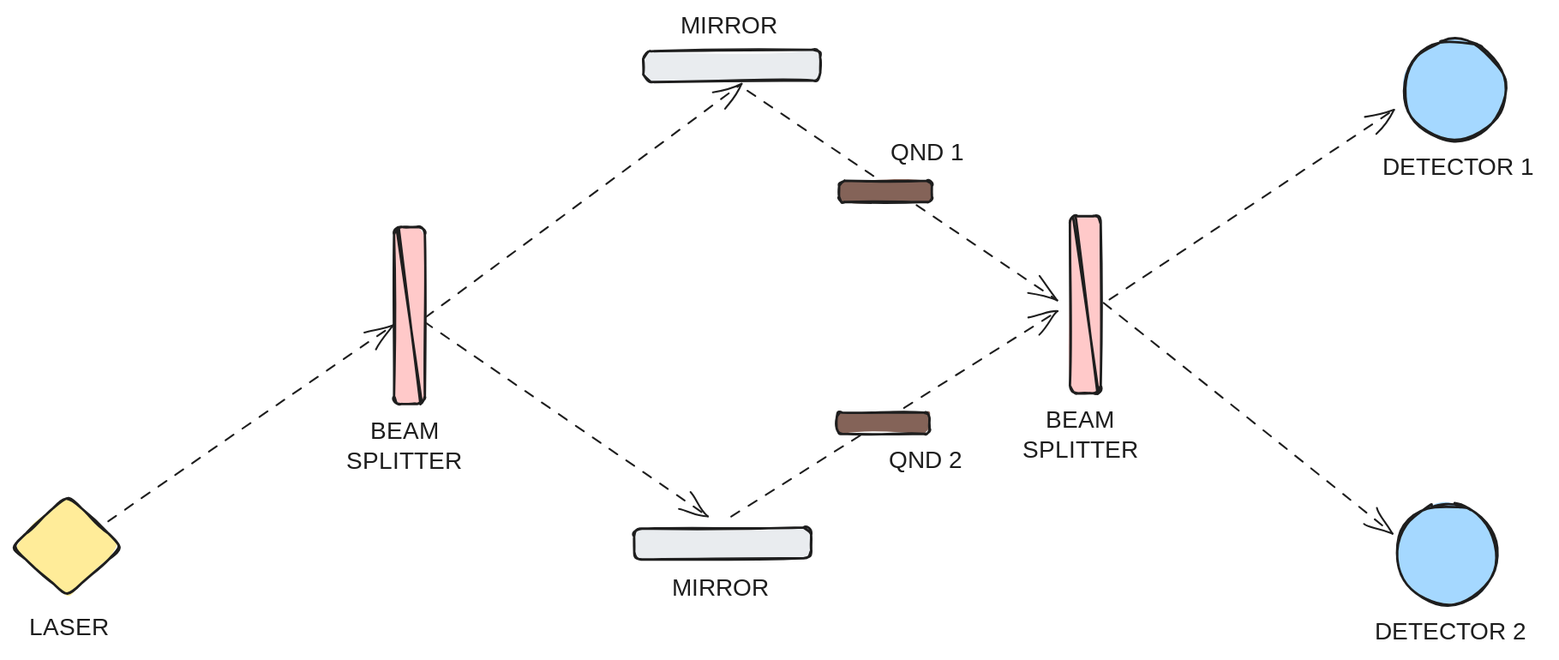
This is ndclondon-2026/graphics/interferometer2.excalidraw.svg from filipw/filipw.github.io, a Excalidraw export, as it was before one commit. Source tidied: one line per element, renumbered; positions are measured from the earlier drawing's top-left corner, leaving out a move shared by most shapes.
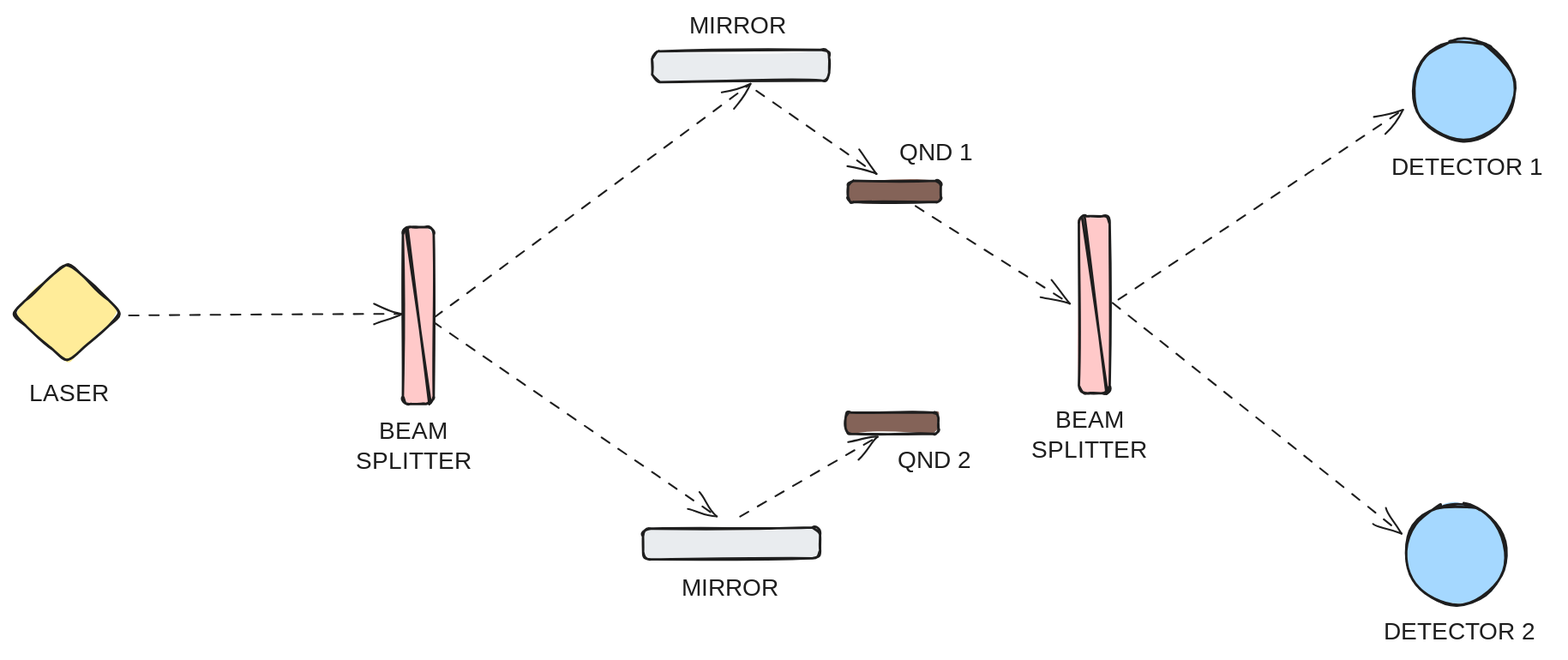
After the commit.

The edit, as a diff of the source:
```diff
@@ -1,10 +1,10 @@
-{"id": 0, "type": "arrow", "strokeColor": "#1e1e1e", "strokeWidth": 1, "strokeStyle": "dashed", "roughness": 1, "endArrowhead": "arrow", "round": true, "from": 5, "to": 7, "x": 80, "y": 454, "width": 237, "height": 164, "points": [[0, 0], [237, -164]]}
+{"id": 0, "type": "arrow", "strokeColor": "#1e1e1e", "strokeWidth": 1, "strokeStyle": "dashed", "roughness": 1, "endArrowhead": "arrow", "round": true, "from": 5, "to": 7, "x": 90, "y": 283, "width": 227, "height": 1, "points": [[0, 0], [227, -1]]}
 {"id": 1, "type": "arrow", "strokeColor": "#1e1e1e", "strokeWidth": 1, "strokeStyle": "dashed", "roughness": 1, "endArrowhead": "arrow", "round": true, "from": 7, "to": 12, "x": 344, "y": 284, "width": 263, "height": 196, "points": [[0, 0], [263, -196]]}
 {"id": 2, "type": "arrow", "strokeColor": "#1e1e1e", "strokeWidth": 1, "strokeStyle": "dashed", "roughness": 1, "endArrowhead": "arrow", "round": true, "from": 7, "to": 13, "x": 344, "y": 286, "width": 236, "height": 164, "points": [[0, 0], [236, 164]]}
 {"id": 3, "type": "ellipse", "strokeColor": "#1e1e1e", "backgroundColor": "#a5d8ff", "fillStyle": "solid", "strokeWidth": 2, "roughness": 1, "round": true, "x": 1160, "y": 52, "width": 84, "height": 84}
 {"id": 4, "type": "text", "text": "DETECTOR 1", "strokeColor": "#1e1e1e", "backgroundColor": "#a5d8ff", "fillStyle": "solid", "strokeWidth": 2, "roughness": 1, "fontSize": 20, "fontFamily": 5, "x": 1142, "y": 147, "width": 137, "height": 25}
-{"id": 5, "type": "diamond", "strokeColor": "#1e1e1e", "backgroundColor": "#ffec99", "fillStyle": "solid", "strokeWidth": 2, "roughness": 1, "round": true, "x": 0, "y": 431, "width": 92, "height": 85}
+{"id": 5, "type": "diamond", "strokeColor": "#1e1e1e", "backgroundColor": "#ffec99", "fillStyle": "solid", "strokeWidth": 2, "roughness": 1, "round": true, "x": -7, "y": 237, "width": 92, "height": 85}
-{"id": 6, "type": "text", "text": "LASER", "strokeColor": "#1e1e1e", "backgroundColor": "#ffec99", "fillStyle": "solid", "strokeWidth": 2, "roughness": 1, "fontSize": 20, "fontFamily": 5, "x": 14, "y": 530, "width": 66, "height": 25}
+{"id": 6, "type": "text", "text": "LASER", "strokeColor": "#1e1e1e", "backgroundColor": "#ffec99", "fillStyle": "solid", "strokeWidth": 2, "roughness": 1, "fontSize": 20, "fontFamily": 5, "x": 7, "y": 336, "width": 66, "height": 25}
 {"id": 7, "type": "rectangle", "strokeColor": "#1e1e1e", "backgroundColor": "#ffc9c9", "fillStyle": "solid", "strokeWidth": 2, "roughness": 1, "round": true, "x": 318, "y": 208, "width": 26, "height": 147}
 {"id": 8, "type": "line", "strokeColor": "#1e1e1e", "backgroundColor": "#ffc9c9", "fillStyle": "solid", "strokeWidth": 2, "roughness": 1, "round": true, "x": 321, "y": 209, "width": 20, "height": 147, "points": [[0, 0], [20, 147]]}
 {"id": 9, "type": "text", "text": "BEAM\nSPLITTER", "strokeColor": "#1e1e1e", "backgroundColor": "#ffc9c9", "fillStyle": "solid", "strokeWidth": 2, "roughness": 1, "fontSize": 20, "fontFamily": 5, "textAlign": "center", "x": 271, "y": 367, "width": 111, "height": 50}
@@ -15,8 +15,8 @@
 {"id": 14, "type": "rectangle", "strokeColor": "#1e1e1e", "backgroundColor": "#ffc9c9", "fillStyle": "solid", "strokeWidth": 2, "roughness": 1, "round": true, "x": 882, "y": 199, "width": 26, "height": 147}
 {"id": 15, "type": "line", "strokeColor": "#1e1e1e", "backgroundColor": "#ffc9c9", "fillStyle": "solid", "strokeWidth": 2, "roughness": 1, "round": true, "x": 885, "y": 200, "width": 20, "height": 147, "points": [[0, 0], [20, 147]]}
 {"id": 16, "type": "text", "text": "BEAM\nSPLITTER", "strokeColor": "#1e1e1e", "backgroundColor": "#ffc9c9", "fillStyle": "solid", "strokeWidth": 2, "roughness": 1, "fontSize": 20, "fontFamily": 5, "textAlign": "center", "x": 835, "y": 358, "width": 111, "height": 50}
-{"id": 17, "type": "arrow", "strokeColor": "#1e1e1e", "backgroundColor": "#e9ecef", "fillStyle": "solid", "strokeWidth": 1, "strokeStyle": "dashed", "roughness": 1, "endArrowhead": "arrow", "round": true, "from": 12, "to": 14, "x": 614, "y": 95, "width": 258, "height": 175, "points": [[0, 0], [258, 175]]}
+{"id": 17, "type": "arrow", "strokeColor": "#1e1e1e", "backgroundColor": "#e9ecef", "fillStyle": "solid", "strokeWidth": 1, "strokeStyle": "dashed", "roughness": 1, "endArrowhead": "arrow", "round": true, "from": 12, "to": 22, "x": 614, "y": 95, "width": 100, "height": 70, "points": [[0, 0], [100, 70]]}
-{"id": 18, "type": "arrow", "strokeColor": "#1e1e1e", "backgroundColor": "#e9ecef", "fillStyle": "solid", "strokeWidth": 1, "strokeStyle": "dashed", "roughness": 1, "endArrowhead": "arrow", "round": true, "from": 13, "to": 14, "x": 600, "y": 448, "width": 272, "height": 169, "points": [[0, 0], [272, -169]]}
+{"id": 18, "type": "arrow", "strokeColor": "#1e1e1e", "backgroundColor": "#e9ecef", "fillStyle": "solid", "strokeWidth": 1, "strokeStyle": "dashed", "roughness": 1, "endArrowhead": "arrow", "round": true, "from": 13, "to": 23, "x": 600, "y": 448, "width": 115, "height": 65, "points": [[0, 0], [115, -65]]}
 {"id": 19, "type": "arrow", "strokeColor": "#1e1e1e", "backgroundColor": "#e9ecef", "fillStyle": "solid", "strokeWidth": 1, "strokeStyle": "dashed", "roughness": 1, "endArrowhead": "arrow", "round": true, "from": 14, "to": 10, "x": 910, "y": 272, "width": 239, "height": 192, "points": [[0, 0], [239, 192]]}
 {"id": 20, "type": "text", "text": "MIRROR", "strokeColor": "#1e1e1e", "backgroundColor": "#e9ecef", "fillStyle": "solid", "strokeWidth": 1, "strokeStyle": "dashed", "roughness": 1, "fontSize": 20, "fontFamily": 5, "x": 550, "y": 498, "width": 86, "height": 25}
 {"id": 21, "type": "text", "text": "MIRROR", "strokeColor": "#1e1e1e", "backgroundColor": "#e9ecef", "fillStyle": "solid", "strokeWidth": 1, "strokeStyle": "dashed", "roughness": 1, "fontSize": 20, "fontFamily": 5, "x": 557, "y": 29, "width": 86, "height": 25}
@@ -25,3 +25,4 @@
 {"id": 24, "type": "text", "text": "QND 1", "strokeColor": "#1e1e1e", "backgroundColor": "#846358", "fillStyle": "solid", "strokeWidth": 2, "roughness": 1, "fontSize": 20, "fontFamily": 5, "x": 732, "y": 135, "width": 60, "height": 25}
 {"id": 25, "type": "text", "text": "QND 2", "strokeColor": "#1e1e1e", "backgroundColor": "#846358", "fillStyle": "solid", "strokeWidth": 2, "roughness": 1, "fontSize": 20, "fontFamily": 5, "x": 730, "y": 391, "width": 66, "height": 25}
 {"id": 26, "type": "arrow", "strokeColor": "#1e1e1e", "backgroundColor": "#e9ecef", "fillStyle": "solid", "strokeWidth": 1, "strokeStyle": "dashed", "roughness": 1, "endArrowhead": "arrow", "round": true, "from": 14, "to": 3, "x": 914, "y": 267, "width": 238, "height": 158, "points": [[0, 0], [238, -158]]}
+{"id": 27, "type": "arrow", "strokeColor": "#1e1e1e", "backgroundColor": "#e9ecef", "fillStyle": "solid", "strokeWidth": 1, "strokeStyle": "dashed", "roughness": 1, "endArrowhead": "arrow", "round": true, "from": 22, "to": 14, "x": 746, "y": 190, "width": 128, "height": 83, "points": [[0, 0], [128, 83]]}
```
